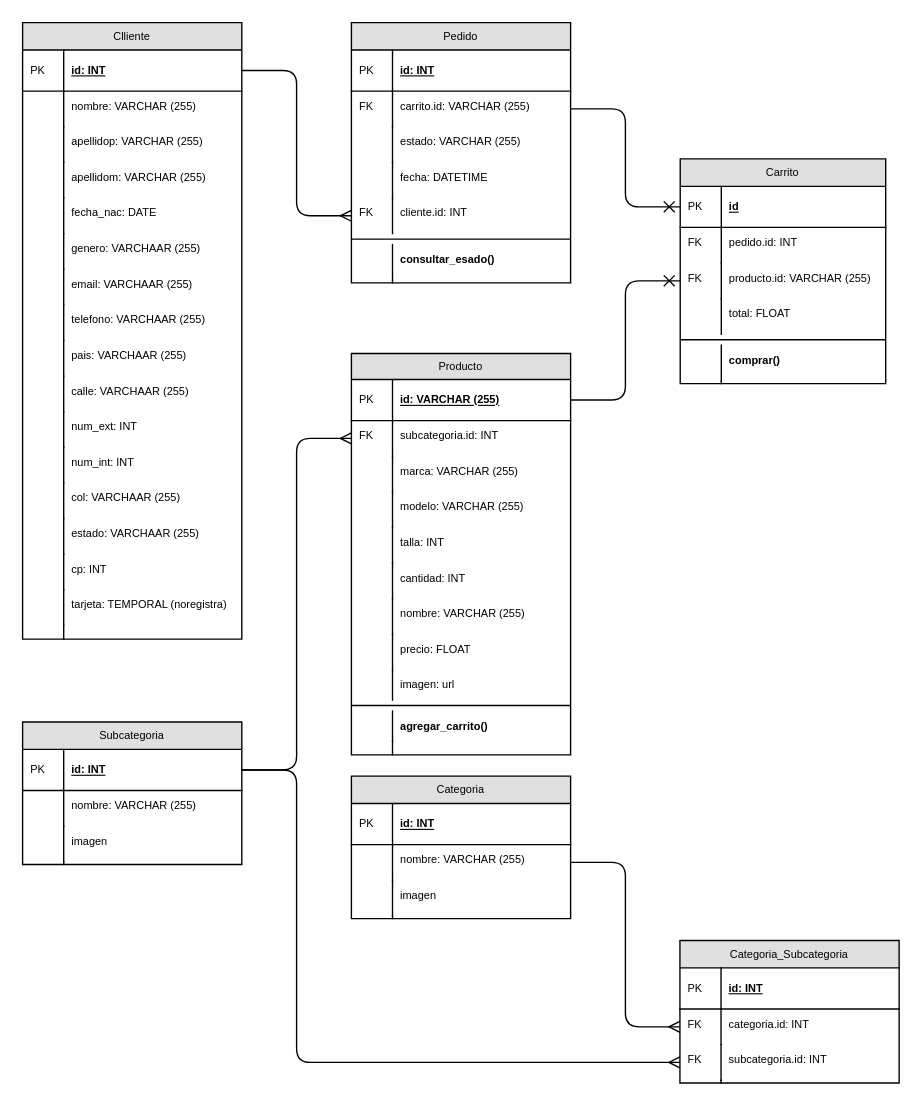
Above: diagrams/entidad-relacion.drawio in IsmaelFajardo/Mint_project (draw.io), before the change. Source tidied: cells renumbered, new cells numbered last; positions are measured from the earlier drawing's top-left corner, leaving out a move shared by most shapes. Both pictures are drawn from the tidied source at 137%, with x=0, y=0 at pixel (22, 22).
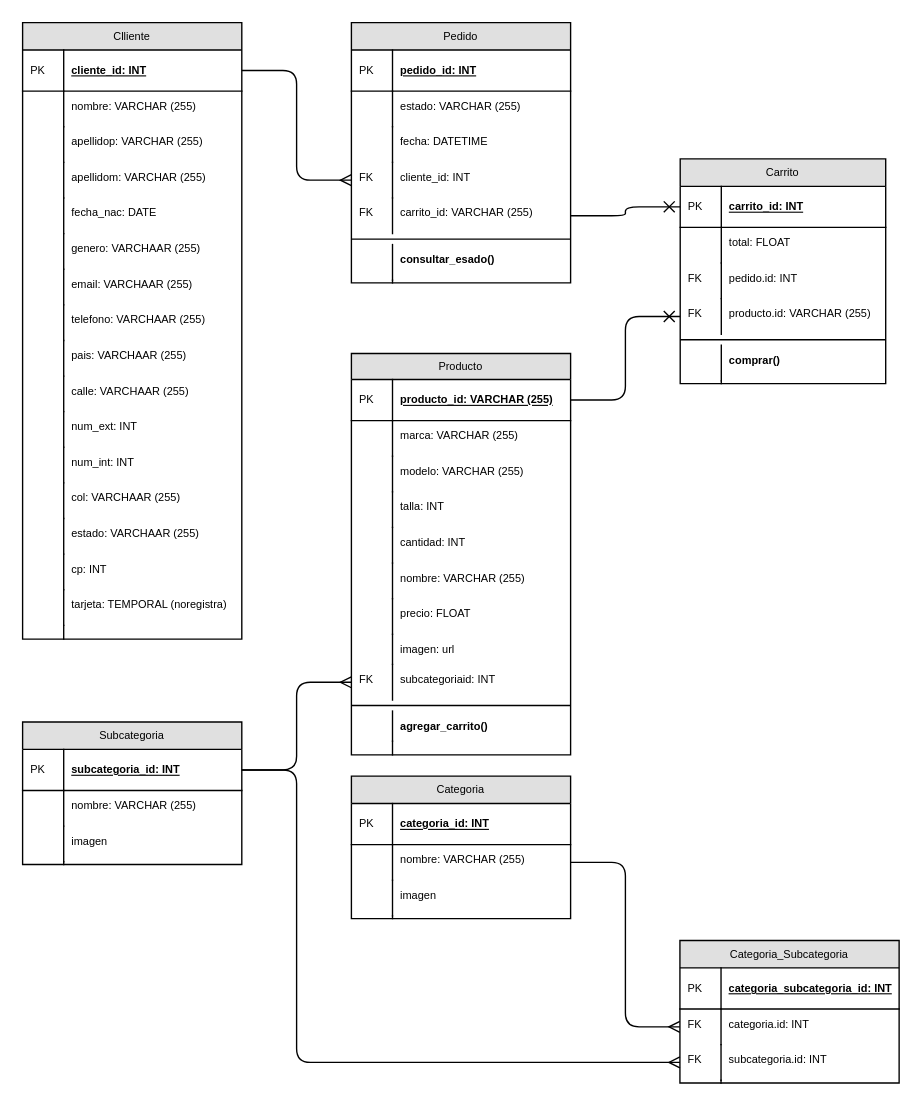
Above is the later version.

Commit message (it also covers changes not shown here):
SQL script

Se actualiza el modelo de datos y se sube un script SQL para crear la base de datos y las tablas del modelo

Unchanged cells that the change refers to:
```xml
<mxCell id="2" value="Clliente" style="swimlane;fontStyle=0;horizontal=1;startSize=20;fillColor=#e0e0e0;swimlaneFillColor=#ffffff;align=center;fontSize=8;" parent="1" vertex="1">
  <mxGeometry width="160" height="450" as="geometry" />
</mxCell>
<mxCell id="37" value="Pedido" style="swimlane;fontStyle=0;horizontal=1;startSize=20;fillColor=#e0e0e0;swimlaneFillColor=#ffffff;align=center;fontSize=8;" parent="1" vertex="1">
  <mxGeometry x="240" width="160" height="190" as="geometry" />
</mxCell>
<mxCell id="54" value="Producto" style="swimlane;fontStyle=0;horizontal=1;startSize=19;fillColor=#e0e0e0;swimlaneFillColor=#ffffff;align=center;fontSize=8;" parent="1" vertex="1">
  <mxGeometry x="240" y="241.5" width="160" height="293" as="geometry" />
</mxCell>
<mxCell id="78" value="Carrito" style="swimlane;fontStyle=0;horizontal=1;startSize=20;fillColor=#e0e0e0;swimlaneFillColor=#ffffff;align=center;fontSize=8;" parent="1" vertex="1">
  <mxGeometry x="480" y="99.5" width="150" height="164" as="geometry" />
</mxCell>
<mxCell id="94" value="Subcategoria" style="swimlane;fontStyle=0;horizontal=1;startSize=20;fillColor=#e0e0e0;swimlaneFillColor=#ffffff;align=center;fontSize=8;" parent="1" vertex="1">
  <mxGeometry y="510.5" width="160" height="104" as="geometry" />
</mxCell>
<mxCell id="104" value="Categoria" style="swimlane;fontStyle=0;horizontal=1;startSize=20;fillColor=#e0e0e0;swimlaneFillColor=#ffffff;align=center;fontSize=8;" parent="1" vertex="1">
  <mxGeometry x="240" y="550" width="160" height="104" as="geometry" />
</mxCell>
<mxCell id="114" value="Categoria_Subcategoria" style="swimlane;fontStyle=0;horizontal=1;startSize=20;fillColor=#e0e0e0;swimlaneFillColor=#ffffff;align=center;fontSize=8;" parent="1" vertex="1">
  <mxGeometry x="479.8" y="670" width="160" height="104" as="geometry" />
</mxCell>
```

Diff of the diagram source:
```diff
@@
-    <mxCell id="3" value="id: INT" style="shape=partialRectangle;top=0;left=0;right=0;bottom=1;align=left;verticalAlign=middle;fillColor=none;spacingLeft=34;spacingRight=4;overflow=hidden;points=[[0,0.5],[1,0.5]];portConstraint=eastwest;fontStyle=5;fontSize=8;" parent="2" vertex="1">
+    <mxCell id="3" value="cliente_id: INT" style="shape=partialRectangle;top=0;left=0;right=0;bottom=1;align=left;verticalAlign=middle;fillColor=none;spacingLeft=34;spacingRight=4;overflow=hidden;points=[[0,0.5],[1,0.5]];portConstraint=eastwest;fontStyle=5;fontSize=8;" parent="2" vertex="1">
       <mxGeometry y="20" width="160" height="30" as="geometry" />
     </mxCell>
@@
-    <mxCell id="38" value="id: INT" style="shape=partialRectangle;top=0;left=0;right=0;bottom=1;align=left;verticalAlign=middle;fillColor=none;spacingLeft=34;spacingRight=4;overflow=hidden;fontStyle=5;fontSize=8;" parent="37" vertex="1">
+    <mxCell id="38" value="pedido_id: INT" style="shape=partialRectangle;top=0;left=0;right=0;bottom=1;align=left;verticalAlign=middle;fillColor=none;spacingLeft=34;spacingRight=4;overflow=hidden;fontStyle=5;fontSize=8;" parent="37" vertex="1">
       <mxGeometry y="20" width="160" height="30" as="geometry" />
     </mxCell>
@@
-    <mxCell id="40" value="carrito.id: VARCHAR (255)" style="shape=partialRectangle;top=0;left=0;right=0;bottom=0;align=left;verticalAlign=top;fillColor=none;spacingLeft=34;spacingRight=4;overflow=hidden;points=[[0,0.5],[1,0.5]];portConstraint=eastwest;fontSize=8;" parent="37" vertex="1">
-      <mxGeometry y="50" width="160" height="26" as="geometry" />
-    </mxCell>
-    <mxCell id="41" value="FK" style="shape=partialRectangle;top=0;left=0;bottom=0;fillColor=none;align=left;verticalAlign=top;spacingLeft=4;spacingRight=4;overflow=hidden;fontSize=8;" parent="40" vertex="1">
-      <mxGeometry width="30" height="26" as="geometry" />
-    </mxCell>
     <mxCell id="42" value="estado: VARCHAR (255)" style="shape=partialRectangle;top=0;left=0;right=0;bottom=0;align=left;verticalAlign=top;fillColor=none;spacingLeft=34;spacingRight=4;overflow=hidden;fontSize=8;" parent="37" vertex="1">
-      <mxGeometry y="76" width="160" height="26" as="geometry" />
+      <mxGeometry y="50" width="160" height="26" as="geometry" />
     </mxCell>
@@
     <mxCell id="44" value="fecha: DATETIME&#10;" style="shape=partialRectangle;top=0;left=0;right=0;bottom=0;align=left;verticalAlign=top;fillColor=none;spacingLeft=34;spacingRight=4;overflow=hidden;fontSize=8;" parent="37" vertex="1">
-      <mxGeometry y="102" width="160" height="26" as="geometry" />
+      <mxGeometry y="76" width="160" height="26" as="geometry" />
     </mxCell>
@@
-    <mxCell id="46" value="cliente.id: INT" style="shape=partialRectangle;top=0;left=0;right=0;bottom=0;align=left;verticalAlign=top;fillColor=none;spacingLeft=34;spacingRight=4;overflow=hidden;points=[[0,0.5],[1,0.5]];portConstraint=eastwest;fontSize=8;" parent="37" vertex="1">
-      <mxGeometry y="128" width="160" height="26" as="geometry" />
+    <mxCell id="46" value="cliente_id: INT" style="shape=partialRectangle;top=0;left=0;right=0;bottom=0;align=left;verticalAlign=top;fillColor=none;spacingLeft=34;spacingRight=4;overflow=hidden;points=[[0,0.5],[1,0.5]];portConstraint=eastwest;fontSize=8;" parent="37" vertex="1">
+      <mxGeometry y="102" width="160" height="26" as="geometry" />
     </mxCell>
@@
+    <mxCell id="40" value="carrito_id: VARCHAR (255)" style="shape=partialRectangle;top=0;left=0;right=0;bottom=0;align=left;verticalAlign=top;fillColor=none;spacingLeft=34;spacingRight=4;overflow=hidden;points=[[0,0.5],[1,0.5]];portConstraint=eastwest;fontSize=8;" parent="37" vertex="1">
+      <mxGeometry y="128" width="160" height="26" as="geometry" />
+    </mxCell>
+    <mxCell id="41" value="FK" style="shape=partialRectangle;top=0;left=0;bottom=0;fillColor=none;align=left;verticalAlign=top;spacingLeft=4;spacingRight=4;overflow=hidden;fontSize=8;" parent="40" vertex="1">
+      <mxGeometry width="30" height="26" as="geometry" />
+    </mxCell>
@@
-    <mxCell id="55" value="id: VARCHAR (255)" style="shape=partialRectangle;top=0;left=0;right=0;bottom=1;align=left;verticalAlign=middle;fillColor=none;spacingLeft=34;spacingRight=4;overflow=hidden;points=[[0,0.5],[1,0.5]];portConstraint=eastwest;fontStyle=5;fontSize=8;" parent="54" vertex="1">
+    <mxCell id="55" value="producto_id: VARCHAR (255)" style="shape=partialRectangle;top=0;left=0;right=0;bottom=1;align=left;verticalAlign=middle;fillColor=none;spacingLeft=34;spacingRight=4;overflow=hidden;points=[[0,0.5],[1,0.5]];portConstraint=eastwest;fontStyle=5;fontSize=8;" parent="54" vertex="1">
       <mxGeometry y="19" width="160" height="30" as="geometry" />
     </mxCell>
@@
-    <mxCell id="57" value="subcategoria.id: INT" style="shape=partialRectangle;top=0;left=0;right=0;bottom=0;align=left;verticalAlign=top;fillColor=none;spacingLeft=34;spacingRight=4;overflow=hidden;points=[[0,0.5],[1,0.5]];portConstraint=eastwest;fontSize=8;" parent="54" vertex="1">
-      <mxGeometry y="49" width="160" height="26" as="geometry" />
-    </mxCell>
-    <mxCell id="58" value="FK" style="shape=partialRectangle;top=0;left=0;bottom=0;fillColor=none;align=left;verticalAlign=top;spacingLeft=4;spacingRight=4;overflow=hidden;fontSize=8;" parent="57" vertex="1">
-      <mxGeometry width="30" height="26" as="geometry" />
-    </mxCell>
     <mxCell id="59" value="marca: VARCHAR (255)" style="shape=partialRectangle;top=0;left=0;right=0;bottom=0;align=left;verticalAlign=top;fillColor=none;spacingLeft=34;spacingRight=4;overflow=hidden;fontSize=8;" parent="54" vertex="1">
-      <mxGeometry y="75" width="160" height="26" as="geometry" />
+      <mxGeometry y="49" width="160" height="26" as="geometry" />
     </mxCell>
@@
     <mxCell id="61" value="modelo: VARCHAR (255)" style="shape=partialRectangle;top=0;left=0;right=0;bottom=0;align=left;verticalAlign=top;fillColor=none;spacingLeft=34;spacingRight=4;overflow=hidden;fontSize=8;" parent="54" vertex="1">
-      <mxGeometry y="101" width="160" height="26" as="geometry" />
+      <mxGeometry y="75" width="160" height="26" as="geometry" />
     </mxCell>
@@
     <mxCell id="63" value="talla: INT" style="shape=partialRectangle;top=0;left=0;right=0;bottom=0;align=left;verticalAlign=top;fillColor=none;spacingLeft=34;spacingRight=4;overflow=hidden;fontSize=8;" parent="54" vertex="1">
-      <mxGeometry y="127" width="160" height="26" as="geometry" />
+      <mxGeometry y="101" width="160" height="26" as="geometry" />
     </mxCell>
@@
     <mxCell id="65" value="cantidad: INT" style="shape=partialRectangle;top=0;left=0;right=0;bottom=0;align=left;verticalAlign=top;fillColor=none;spacingLeft=34;spacingRight=4;overflow=hidden;fontSize=8;" parent="54" vertex="1">
-      <mxGeometry y="153" width="160" height="26" as="geometry" />
+      <mxGeometry y="127" width="160" height="26" as="geometry" />
     </mxCell>
@@
     <mxCell id="67" value="nombre: VARCHAR (255)" style="shape=partialRectangle;top=0;left=0;right=0;bottom=0;align=left;verticalAlign=top;fillColor=none;spacingLeft=34;spacingRight=4;overflow=hidden;fontSize=8;" parent="54" vertex="1">
-      <mxGeometry y="179" width="160" height="26" as="geometry" />
+      <mxGeometry y="153" width="160" height="26" as="geometry" />
     </mxCell>
@@
     <mxCell id="69" value="precio: FLOAT" style="shape=partialRectangle;top=0;left=0;right=0;bottom=0;align=left;verticalAlign=top;fillColor=none;spacingLeft=34;spacingRight=4;overflow=hidden;fontSize=8;" parent="54" vertex="1">
-      <mxGeometry y="205" width="160" height="26" as="geometry" />
+      <mxGeometry y="179" width="160" height="26" as="geometry" />
     </mxCell>
@@
     <mxCell id="71" value="imagen: url" style="shape=partialRectangle;top=0;left=0;right=0;bottom=0;align=left;verticalAlign=top;fillColor=none;spacingLeft=34;spacingRight=4;overflow=hidden;fontSize=8;" parent="54" vertex="1">
-      <mxGeometry y="231" width="160" height="22" as="geometry" />
+      <mxGeometry y="205" width="160" height="22" as="geometry" />
     </mxCell>
@@
+    <mxCell id="57" value="subcategoriaid: INT" style="shape=partialRectangle;top=0;left=0;right=0;bottom=0;align=left;verticalAlign=top;fillColor=none;spacingLeft=34;spacingRight=4;overflow=hidden;points=[[0,0.5],[1,0.5]];portConstraint=eastwest;fontSize=8;" parent="54" vertex="1">
+      <mxGeometry y="227" width="160" height="26" as="geometry" />
+    </mxCell>
+    <mxCell id="58" value="FK" style="shape=partialRectangle;top=0;left=0;bottom=0;fillColor=none;align=left;verticalAlign=top;spacingLeft=4;spacingRight=4;overflow=hidden;fontSize=8;" parent="57" vertex="1">
+      <mxGeometry width="30" height="26" as="geometry" />
+    </mxCell>
@@
-    <mxCell id="79" value="id" style="shape=partialRectangle;top=0;left=0;right=0;bottom=1;align=left;verticalAlign=middle;fillColor=none;spacingLeft=34;spacingRight=4;overflow=hidden;points=[[0,0.5],[1,0.5]];portConstraint=eastwest;fontStyle=5;fontSize=8;" parent="78" vertex="1">
+    <mxCell id="79" value="carrito_id: INT" style="shape=partialRectangle;top=0;left=0;right=0;bottom=1;align=left;verticalAlign=middle;fillColor=none;spacingLeft=34;spacingRight=4;overflow=hidden;points=[[0,0.5],[1,0.5]];portConstraint=eastwest;fontStyle=5;fontSize=8;" parent="78" vertex="1">
       <mxGeometry y="20" width="150" height="30" as="geometry" />
     </mxCell>
@@
+    <mxCell id="85" value="total: FLOAT" style="shape=partialRectangle;top=0;left=0;right=0;bottom=0;align=left;verticalAlign=top;fillColor=none;spacingLeft=34;spacingRight=4;overflow=hidden;fontSize=8;" parent="78" vertex="1">
+      <mxGeometry y="50" width="150" height="26" as="geometry" />
+    </mxCell>
+    <mxCell id="86" style="shape=partialRectangle;top=0;left=0;bottom=0;fillColor=none;align=left;verticalAlign=top;spacingLeft=4;spacingRight=4;overflow=hidden;fontSize=8;" parent="85" vertex="1">
+      <mxGeometry width="30" height="26" as="geometry" />
+    </mxCell>
     <mxCell id="81" value="pedido.id: INT" style="shape=partialRectangle;top=0;left=0;right=0;bottom=0;align=left;verticalAlign=top;fillColor=none;spacingLeft=34;spacingRight=4;overflow=hidden;fontSize=8;" parent="78" vertex="1">
-      <mxGeometry y="50" width="150" height="26" as="geometry" />
+      <mxGeometry y="76" width="150" height="26" as="geometry" />
     </mxCell>
@@
     <mxCell id="83" value="producto.id: VARCHAR (255)" style="shape=partialRectangle;top=0;left=0;right=0;bottom=0;align=left;verticalAlign=top;fillColor=none;spacingLeft=34;spacingRight=4;overflow=hidden;points=[[0,0.5],[1,0.5]];portConstraint=eastwest;fontSize=8;" parent="78" vertex="1">
-      <mxGeometry y="76" width="150" height="26" as="geometry" />
+      <mxGeometry y="102" width="150" height="26" as="geometry" />
     </mxCell>
@@
-    <mxCell id="85" value="total: FLOAT" style="shape=partialRectangle;top=0;left=0;right=0;bottom=0;align=left;verticalAlign=top;fillColor=none;spacingLeft=34;spacingRight=4;overflow=hidden;fontSize=8;" parent="78" vertex="1">
-      <mxGeometry y="102" width="150" height="26" as="geometry" />
-    </mxCell>
-    <mxCell id="86" style="shape=partialRectangle;top=0;left=0;bottom=0;fillColor=none;align=left;verticalAlign=top;spacingLeft=4;spacingRight=4;overflow=hidden;fontSize=8;" parent="85" vertex="1">
-      <mxGeometry width="30" height="26" as="geometry" />
-    </mxCell>
@@
-    <mxCell id="95" value="id: INT" style="shape=partialRectangle;top=0;left=0;right=0;bottom=1;align=left;verticalAlign=middle;fillColor=none;spacingLeft=34;spacingRight=4;overflow=hidden;points=[[0,0.5],[1,0.5]];portConstraint=eastwest;fontStyle=5;fontSize=8;" parent="94" vertex="1">
+    <mxCell id="95" value="subcategoria_id: INT" style="shape=partialRectangle;top=0;left=0;right=0;bottom=1;align=left;verticalAlign=middle;fillColor=none;spacingLeft=34;spacingRight=4;overflow=hidden;points=[[0,0.5],[1,0.5]];portConstraint=eastwest;fontStyle=5;fontSize=8;" parent="94" vertex="1">
       <mxGeometry y="20" width="160" height="30" as="geometry" />
     </mxCell>
@@
-    <mxCell id="105" value="id: INT" style="shape=partialRectangle;top=0;left=0;right=0;bottom=1;align=left;verticalAlign=middle;fillColor=none;spacingLeft=34;spacingRight=4;overflow=hidden;fontStyle=5;fontSize=8;" parent="104" vertex="1">
+    <mxCell id="105" value="categoria_id: INT" style="shape=partialRectangle;top=0;left=0;right=0;bottom=1;align=left;verticalAlign=middle;fillColor=none;spacingLeft=34;spacingRight=4;overflow=hidden;fontStyle=5;fontSize=8;" parent="104" vertex="1">
       <mxGeometry y="20" width="160" height="30" as="geometry" />
     </mxCell>
@@
-    <mxCell id="115" value="id: INT" style="shape=partialRectangle;top=0;left=0;right=0;bottom=1;align=left;verticalAlign=middle;fillColor=none;spacingLeft=34;spacingRight=4;overflow=hidden;fontStyle=5;fontSize=8;" parent="114" vertex="1">
+    <mxCell id="115" value="categoria_subcategoria_id: INT" style="shape=partialRectangle;top=0;left=0;right=0;bottom=1;align=left;verticalAlign=middle;fillColor=none;spacingLeft=34;spacingRight=4;overflow=hidden;fontStyle=5;fontSize=8;" parent="114" vertex="1">
       <mxGeometry y="20" width="160" height="30" as="geometry" />
     </mxCell>
```
